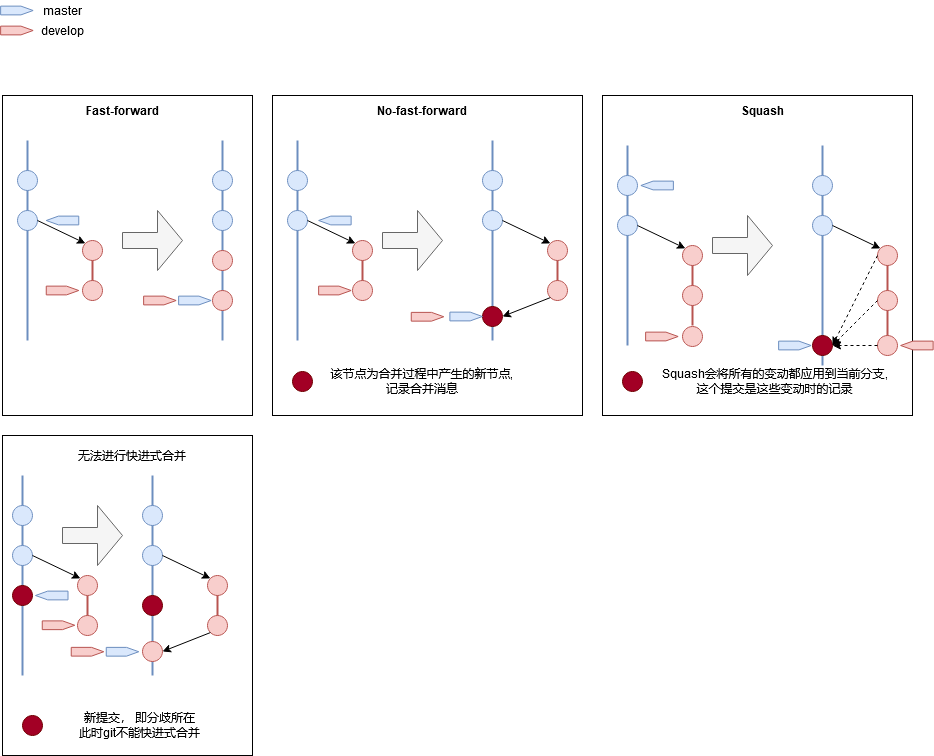
Earlier version of the draw.io export gitBranchModel/waysofMerge.png (alreadytakenn/images). Source tidied: cells renumbered, new cells last; positions are measured from the earlier drawing's top-left corner, leaving out a move shared by most shapes.
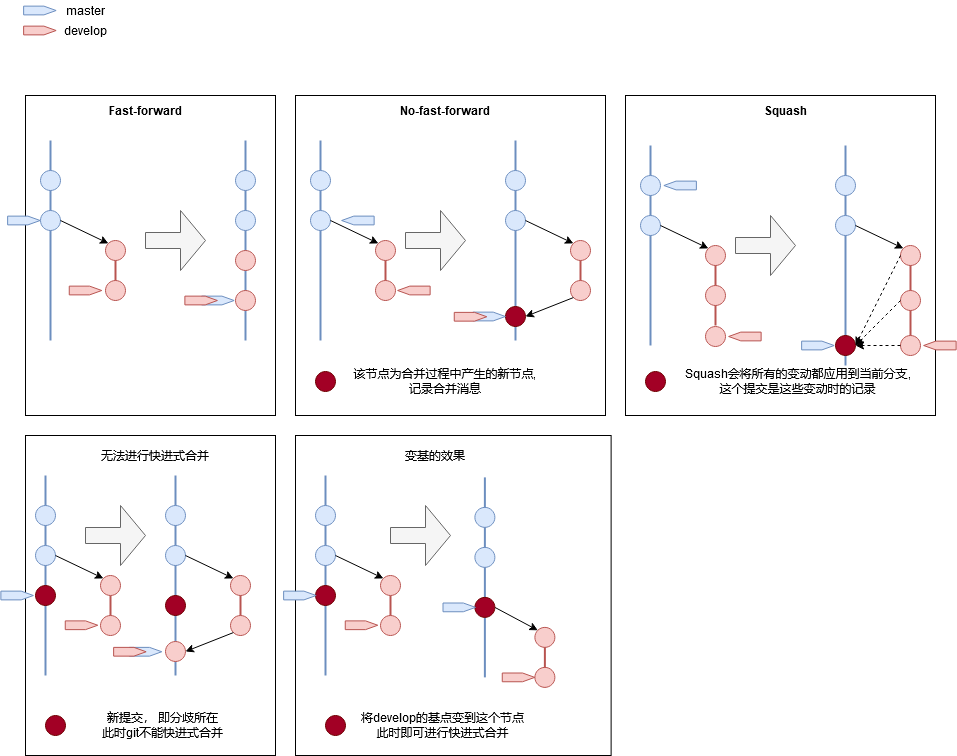
Above is the later version.

What changed in the source:
```diff
@@ -273,8 +273,8 @@
     <mxCell id="88" style="shape=offPageConnector;whiteSpace=wrap;html=1;rotation=-90;fillColor=#f8cecc;strokeColor=#b85450;" parent="1" vertex="1">
       <mxGeometry x="10" y="19.8" width="8.8" height="32.5" as="geometry" />
     </mxCell>
-    <mxCell id="89" style="shape=offPageConnector;whiteSpace=wrap;html=1;rotation=90;fillColor=#dae8fc;strokeColor=#6c8ebf;" parent="1" vertex="1">
-      <mxGeometry x="55.6" y="209.8" width="8.8" height="32.5" as="geometry" />
+    <mxCell id="89" style="shape=offPageConnector;whiteSpace=wrap;html=1;rotation=-90;fillColor=#dae8fc;strokeColor=#6c8ebf;" parent="1" vertex="1">
+      <mxGeometry x="-6" y="209.8" width="8.8" height="32.5" as="geometry" />
     </mxCell>
     <mxCell id="90" style="shape=offPageConnector;whiteSpace=wrap;html=1;rotation=-90;fillColor=#dae8fc;strokeColor=#6c8ebf;" parent="1" vertex="1">
       <mxGeometry x="188" y="289.8" width="8.8" height="32.5" as="geometry" />
@@ -283,13 +283,13 @@
       <mxGeometry x="55.6" y="279.8" width="8.8" height="32.5" as="geometry" />
     </mxCell>
     <mxCell id="92" style="shape=offPageConnector;whiteSpace=wrap;html=1;rotation=-90;fillColor=#f8cecc;strokeColor=#b85450;" parent="1" vertex="1">
-      <mxGeometry x="153" y="289.8" width="8.8" height="32.5" as="geometry" />
+      <mxGeometry x="171.2" y="289.8" width="8.8" height="32.5" as="geometry" />
     </mxCell>
-    <mxCell id="93" style="shape=offPageConnector;whiteSpace=wrap;html=1;rotation=-90;fillColor=#f8cecc;strokeColor=#b85450;" parent="1" vertex="1">
-      <mxGeometry x="328" y="279.8" width="8.8" height="32.5" as="geometry" />
+    <mxCell id="93" style="shape=offPageConnector;whiteSpace=wrap;html=1;rotation=90;fillColor=#f8cecc;strokeColor=#b85450;" parent="1" vertex="1">
+      <mxGeometry x="384" y="279.8" width="8.8" height="32.5" as="geometry" />
     </mxCell>
-    <mxCell id="94" style="shape=offPageConnector;whiteSpace=wrap;html=1;rotation=-90;fillColor=#f8cecc;strokeColor=#b85450;" parent="1" vertex="1">
-      <mxGeometry x="655" y="325.8" width="8.8" height="32.5" as="geometry" />
+    <mxCell id="94" style="shape=offPageConnector;whiteSpace=wrap;html=1;rotation=90;fillColor=#f8cecc;strokeColor=#b85450;" parent="1" vertex="1">
+      <mxGeometry x="715" y="325.8" width="8.8" height="32.5" as="geometry" />
     </mxCell>
     <mxCell id="95" style="shape=offPageConnector;whiteSpace=wrap;html=1;rotation=90;fillColor=#dae8fc;strokeColor=#6c8ebf;" parent="1" vertex="1">
       <mxGeometry x="328" y="209.8" width="8.8" height="32.5" as="geometry" />
@@ -298,7 +298,7 @@
       <mxGeometry x="459.2" y="305.8" width="8.8" height="32.5" as="geometry" />
     </mxCell>
     <mxCell id="97" style="shape=offPageConnector;whiteSpace=wrap;html=1;rotation=-90;fillColor=#f8cecc;strokeColor=#b85450;" parent="1" vertex="1">
-      <mxGeometry x="420.6" y="306" width="8.8" height="32.5" as="geometry" />
+      <mxGeometry x="440.6" y="306" width="8.8" height="32.5" as="geometry" />
     </mxCell>
     <mxCell id="98" style="shape=offPageConnector;whiteSpace=wrap;html=1;rotation=90;fillColor=#f8cecc;strokeColor=#b85450;" parent="1" vertex="1">
       <mxGeometry x="910" y="334.8" width="8.8" height="32.5" as="geometry" />
@@ -309,8 +309,8 @@
     <mxCell id="100" style="shape=offPageConnector;whiteSpace=wrap;html=1;rotation=90;fillColor=#dae8fc;strokeColor=#6c8ebf;" parent="1" vertex="1">
       <mxGeometry x="650.2" y="174.8" width="8.8" height="32.5" as="geometry" />
     </mxCell>
-    <mxCell id="101" style="shape=offPageConnector;whiteSpace=wrap;html=1;rotation=90;fillColor=#dae8fc;strokeColor=#6c8ebf;" parent="1" vertex="1">
-      <mxGeometry x="44.9" y="584.8" width="8.8" height="32.5" as="geometry" />
+    <mxCell id="101" style="shape=offPageConnector;whiteSpace=wrap;html=1;rotation=-90;fillColor=#dae8fc;strokeColor=#6c8ebf;" parent="1" vertex="1">
+      <mxGeometry x="-12.8" y="584.8" width="8.8" height="32.5" as="geometry" />
     </mxCell>
     <mxCell id="102" style="shape=offPageConnector;whiteSpace=wrap;html=1;rotation=-90;fillColor=#f8cecc;strokeColor=#b85450;" parent="1" vertex="1">
       <mxGeometry x="51.6" y="614.5" width="8.8" height="32.5" as="geometry" />
@@ -319,10 +319,85 @@
       <mxGeometry x="115.6" y="641" width="8.8" height="32.5" as="geometry" />
     </mxCell>
     <mxCell id="104" style="shape=offPageConnector;whiteSpace=wrap;html=1;rotation=-90;fillColor=#f8cecc;strokeColor=#b85450;" parent="1" vertex="1">
-      <mxGeometry x="80.6" y="641" width="8.8" height="32.5" as="geometry" />
+      <mxGeometry x="100" y="641" width="8.8" height="32.5" as="geometry" />
     </mxCell>
     <mxCell id="105" style="shape=singleArrow;whiteSpace=wrap;html=1;fillColor=#f5f5f5;arrowWidth=0.26666666666666666;arrowSize=0.4166666666666667;strokeColor=#666666;fontColor=#333333;" parent="1" vertex="1">
       <mxGeometry x="60" y="511" width="60" height="60" as="geometry" />
     </mxCell>
+    <mxCell id="106" style="line;strokeWidth=2;direction=south;html=1;fillColor=#f8cecc;strokeColor=#b85450;" parent="1" vertex="1">
+      <mxGeometry x="360" y="601" width="10" height="30" as="geometry" />
+    </mxCell>
+    <mxCell id="107" style="line;strokeWidth=2;direction=south;html=1;fillColor=#dae8fc;strokeColor=#6c8ebf;" parent="1" vertex="1">
+      <mxGeometry x="295" y="481" width="10" height="200" as="geometry" />
+    </mxCell>
+    <mxCell id="108" style="ellipse;whiteSpace=wrap;html=1;fillColor=#dae8fc;strokeColor=#6c8ebf;" parent="1" vertex="1">
+      <mxGeometry x="290" y="511" width="20" height="20" as="geometry" />
+    </mxCell>
+    <mxCell id="109" style="ellipse;whiteSpace=wrap;html=1;fillColor=#dae8fc;strokeColor=#6c8ebf;" parent="1" vertex="1">
+      <mxGeometry x="290" y="551" width="20" height="20" as="geometry" />
+    </mxCell>
+    <mxCell id="110" style="ellipse;whiteSpace=wrap;html=1;fillColor=#f8cecc;strokeColor=#b85450;" parent="1" vertex="1">
+      <mxGeometry x="355" y="581" width="20" height="20" as="geometry" />
+    </mxCell>
+    <mxCell id="111" style="ellipse;whiteSpace=wrap;html=1;fillColor=#f8cecc;strokeColor=#b85450;" parent="1" vertex="1">
+      <mxGeometry x="355" y="621" width="20" height="20" as="geometry" />
+    </mxCell>
+    <mxCell id="112" style="endArrow=classic;html=1;entryX=0;entryY=0;entryDx=0;entryDy=0;exitX=1;exitY=0.5;exitDx=0;exitDy=0;" parent="1" edge="1" source="109" target="110">
+      <mxGeometry relative="1" as="geometry" />
+    </mxCell>
+    <mxCell id="113" style="ellipse;whiteSpace=wrap;html=1;fillColor=#a20025;strokeColor=#6F0000;fontColor=#ffffff;" parent="1" vertex="1">
+      <mxGeometry x="290" y="591" width="20" height="20" as="geometry" />
+    </mxCell>
+    <mxCell id="114" style="rounded=0;whiteSpace=wrap;html=1;fillColor=none;" parent="1" vertex="1">
+      <mxGeometry x="270" y="441" width="315.6" height="320" as="geometry" />
+    </mxCell>
+    <mxCell id="115" value="变基的效果" style="text;html=1;strokeColor=none;fillColor=none;align=center;verticalAlign=middle;whiteSpace=wrap;rounded=0;" parent="1" vertex="1">
+      <mxGeometry x="300" y="451" width="220" height="20" as="geometry" />
+    </mxCell>
+    <mxCell id="116" style="ellipse;whiteSpace=wrap;html=1;fillColor=#a20025;strokeColor=#6F0000;fontColor=#ffffff;" parent="1" vertex="1">
+      <mxGeometry x="300" y="721" width="20" height="20" as="geometry" />
+    </mxCell>
+    <mxCell id="117" value="将develop的基点变到这个节点&lt;br&gt;此时即可进行快进式合并" style="text;html=1;strokeColor=none;fillColor=none;align=center;verticalAlign=middle;whiteSpace=wrap;rounded=0;" parent="1" vertex="1">
+      <mxGeometry x="330" y="721" width="175" height="20" as="geometry" />
+    </mxCell>
+    <mxCell id="118" style="line;strokeWidth=2;direction=south;html=1;fillColor=#f8cecc;strokeColor=#b85450;" parent="1" vertex="1">
+      <mxGeometry x="514.4" y="642.9" width="10" height="50" as="geometry" />
+    </mxCell>
+    <mxCell id="119" style="line;strokeWidth=2;direction=south;html=1;fillColor=#dae8fc;strokeColor=#6c8ebf;" parent="1" vertex="1">
+      <mxGeometry x="454.4" y="482.9" width="10" height="200" as="geometry" />
+    </mxCell>
+    <mxCell id="120" style="ellipse;whiteSpace=wrap;html=1;fillColor=#dae8fc;strokeColor=#6c8ebf;" parent="1" vertex="1">
+      <mxGeometry x="449.4" y="512.9" width="20" height="20" as="geometry" />
+    </mxCell>
+    <mxCell id="121" style="ellipse;whiteSpace=wrap;html=1;fillColor=#dae8fc;strokeColor=#6c8ebf;" parent="1" vertex="1">
+      <mxGeometry x="449.4" y="552.9" width="20" height="20" as="geometry" />
+    </mxCell>
+    <mxCell id="122" style="ellipse;whiteSpace=wrap;html=1;fillColor=#f8cecc;strokeColor=#b85450;" parent="1" vertex="1">
+      <mxGeometry x="509.4" y="632.9" width="20" height="20" as="geometry" />
+    </mxCell>
+    <mxCell id="123" style="ellipse;whiteSpace=wrap;html=1;fillColor=#f8cecc;strokeColor=#b85450;" parent="1" vertex="1">
+      <mxGeometry x="509.4" y="672.9" width="20" height="20" as="geometry" />
+    </mxCell>
+    <mxCell id="124" style="endArrow=classic;html=1;entryX=0;entryY=0;entryDx=0;entryDy=0;exitX=1;exitY=0.5;exitDx=0;exitDy=0;" parent="1" edge="1" source="125" target="122">
+      <mxGeometry relative="1" as="geometry" />
+    </mxCell>
+    <mxCell id="125" style="ellipse;whiteSpace=wrap;html=1;fillColor=#a20025;strokeColor=#6F0000;fontColor=#ffffff;" parent="1" vertex="1">
+      <mxGeometry x="449.4" y="602.9" width="20" height="20" as="geometry" />
+    </mxCell>
+    <mxCell id="126" style="shape=offPageConnector;whiteSpace=wrap;html=1;rotation=-90;fillColor=#dae8fc;strokeColor=#6c8ebf;" parent="1" vertex="1">
+      <mxGeometry x="270" y="584.8" width="8.8" height="32.5" as="geometry" />
+    </mxCell>
+    <mxCell id="127" style="shape=offPageConnector;whiteSpace=wrap;html=1;rotation=-90;fillColor=#f8cecc;strokeColor=#b85450;" parent="1" vertex="1">
+      <mxGeometry x="331.6" y="614.5" width="8.8" height="32.5" as="geometry" />
+    </mxCell>
+    <mxCell id="128" style="shape=offPageConnector;whiteSpace=wrap;html=1;rotation=-90;fillColor=#dae8fc;strokeColor=#6c8ebf;" parent="1" vertex="1">
+      <mxGeometry x="429.4" y="596.6" width="8.8" height="32.5" as="geometry" />
+    </mxCell>
+    <mxCell id="129" style="shape=offPageConnector;whiteSpace=wrap;html=1;rotation=-90;fillColor=#f8cecc;strokeColor=#b85450;" parent="1" vertex="1">
+      <mxGeometry x="488.6" y="666.6" width="8.8" height="32.5" as="geometry" />
+    </mxCell>
+    <mxCell id="130" style="shape=singleArrow;whiteSpace=wrap;html=1;fillColor=#f5f5f5;arrowWidth=0.26666666666666666;arrowSize=0.4166666666666667;strokeColor=#666666;fontColor=#333333;" parent="1" vertex="1">
+      <mxGeometry x="365" y="511" width="60" height="60" as="geometry" />
+    </mxCell>
   </root>
 </mxGraphModel>
```
